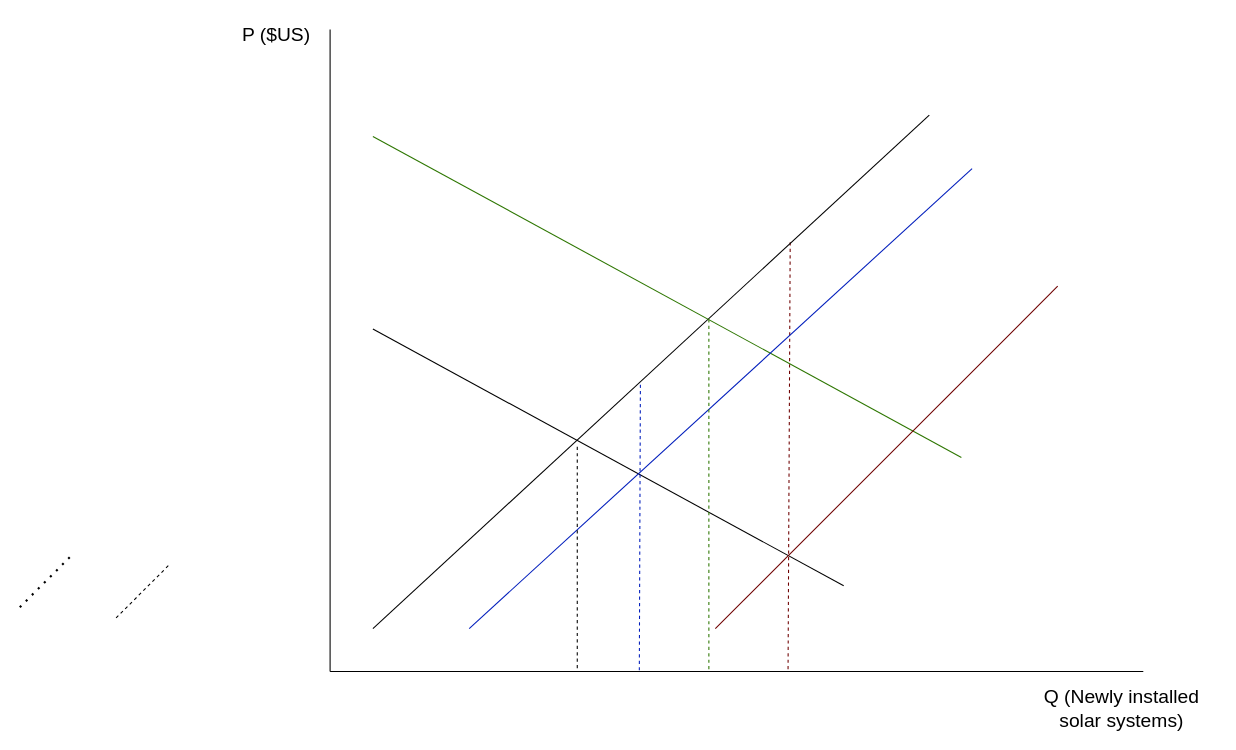
Above: Diagramma bez .drawio in MareksNo/Chat-Application (draw.io), before the change. Source tidied: cells renumbered, new cells numbered last; positions are measured from the earlier drawing's top-left corner, leaving out a move shared by most shapes. Both pictures are drawn from the tidied source at 107%, with x=0, y=0 at pixel (19, 18).
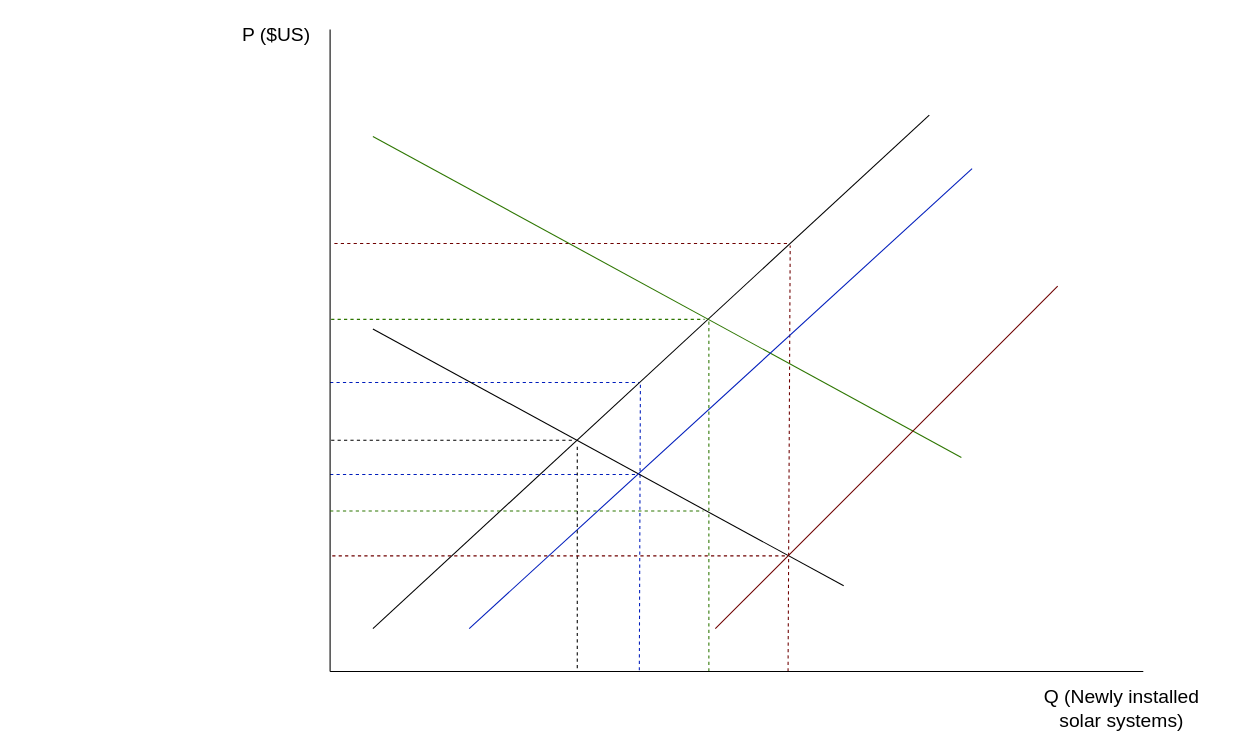
The same page after the edit.

The edit, as a diff of the source:
```diff
@@
+    <mxCell id="17" style="endArrow=none;dashed=1;html=1;rounded=0; fillColor=#60a917;strokeColor=#6F0000;fillColor=#a20025;" parent="1" edge="1">
+      <mxGeometry relative="1" as="geometry">
+        <mxPoint x="294" y="210" as="sourcePoint" />
+        <mxPoint x="718" y="210" as="targetPoint" />
+      </mxGeometry>
+    </mxCell>
+    <mxCell id="18" style="endArrow=none;dashed=1;html=1;rounded=0; fillColor=#60a917;strokeColor=#2D7600;" parent="1" edge="1">
+      <mxGeometry relative="1" as="geometry">
+        <mxPoint x="291" y="281" as="sourcePoint" />
+        <mxPoint x="640" y="281" as="targetPoint" />
+      </mxGeometry>
+    </mxCell>
+    <mxCell id="13" style="endArrow=none;dashed=1;html=1;rounded=0; fillColor=#60a917;strokeColor=#2D7600;" parent="1" edge="1">
+      <mxGeometry relative="1" as="geometry">
+        <mxPoint x="644" y="610" as="sourcePoint" />
+        <mxPoint x="644" y="282" as="targetPoint" />
+      </mxGeometry>
+    </mxCell>
+    <mxCell id="19" style="endArrow=none;dashed=1;html=1;rounded=0; fillColor=#0050ef;strokeColor=#001DBC;" parent="1" edge="1">
+      <mxGeometry relative="1" as="geometry">
+        <mxPoint x="290" y="426" as="sourcePoint" />
+        <mxPoint x="576" y="426" as="targetPoint" />
+      </mxGeometry>
+    </mxCell>
+    <mxCell id="14" style="endArrow=none;dashed=1;html=1;rounded=0; fillColor=#0050ef;strokeColor=#001DBC;" parent="1" edge="1">
+      <mxGeometry relative="1" as="geometry">
+        <mxPoint x="579" y="609" as="sourcePoint" />
+        <mxPoint x="580" y="340" as="targetPoint" />
+      </mxGeometry>
+    </mxCell>
+    <mxCell id="20" style="endArrow=none;dashed=1;html=1;rounded=0; fillColor=#0050ef;strokeColor=#001DBC;" parent="1" edge="1">
+      <mxGeometry relative="1" as="geometry">
+        <mxPoint x="290" y="340" as="sourcePoint" />
+        <mxPoint x="579" y="340" as="targetPoint" />
+      </mxGeometry>
+    </mxCell>
     <mxCell id="2" style="endArrow=none;dashed=1;html=1;rounded=0; fillColor=#60a917;strokeColor=#6F0000;fillColor=#a20025;" parent="1" edge="1">
       <mxGeometry relative="1" as="geometry">
-        <mxPoint x="718" y="608" as="sourcePoint" />
-        <mxPoint x="720" y="209" as="targetPoint" />
+        <mxPoint x="718" y="610" as="sourcePoint" />
+        <mxPoint x="720" y="212" as="targetPoint" />
       </mxGeometry>
     </mxCell>
@@
-    <mxCell id="13" style="endArrow=none;dashed=1;html=1;rounded=0; fillColor=#60a917;strokeColor=#2D7600;" parent="1" edge="1">
-      <mxGeometry relative="1" as="geometry">
-        <mxPoint x="644" y="608" as="sourcePoint" />
-        <mxPoint x="644" y="280" as="targetPoint" />
-      </mxGeometry>
-    </mxCell>
-    <mxCell id="14" style="endArrow=none;dashed=1;html=1;rounded=0; fillColor=#0050ef;strokeColor=#001DBC;" parent="1" edge="1">
-      <mxGeometry relative="1" as="geometry">
-        <mxPoint x="579" y="609" as="sourcePoint" />
-        <mxPoint x="580" y="340" as="targetPoint" />
-      </mxGeometry>
-    </mxCell>
-    <mxCell id="15" style="endArrow=none;dashed=1;html=1;dashPattern=1 3;strokeWidth=2;rounded=0;" parent="1" edge="1">
-      <mxGeometry relative="1" as="geometry">
-        <mxPoint y="550" as="sourcePoint" />
-        <mxPoint x="50" y="500" as="targetPoint" />
-      </mxGeometry>
-    </mxCell>
-    <mxCell id="16" style="endArrow=none;dashed=1;html=1;rounded=0;" parent="1" edge="1">
-      <mxGeometry relative="1" as="geometry">
-        <mxPoint x="90" y="560" as="sourcePoint" />
-        <mxPoint x="140" y="510" as="targetPoint" />
-      </mxGeometry>
-    </mxCell>
+    <mxCell id="21" style="endArrow=none;dashed=1;html=1;rounded=0;" parent="1" edge="1">
+      <mxGeometry relative="1" as="geometry">
+        <mxPoint x="516" y="394" as="sourcePoint" />
+        <mxPoint x="290" y="394" as="targetPoint" />
+      </mxGeometry>
+    </mxCell>
+    <mxCell id="22" style="endArrow=none;dashed=1;html=1;rounded=0; fillColor=#60a917;strokeColor=#6F0000;fillColor=#a20025;" parent="1" edge="1">
+      <mxGeometry relative="1" as="geometry">
+        <mxPoint x="715" y="502" as="sourcePoint" />
+        <mxPoint x="290" y="502" as="targetPoint" />
+      </mxGeometry>
+    </mxCell>
+    <mxCell id="23" style="endArrow=none;dashed=1;html=1;rounded=0; fillColor=#60a917;strokeColor=#2D7600;" parent="1" edge="1">
+      <mxGeometry relative="1" as="geometry">
+        <mxPoint x="290" y="460" as="sourcePoint" />
+        <mxPoint x="639" y="460" as="targetPoint" />
+      </mxGeometry>
+    </mxCell>
```
